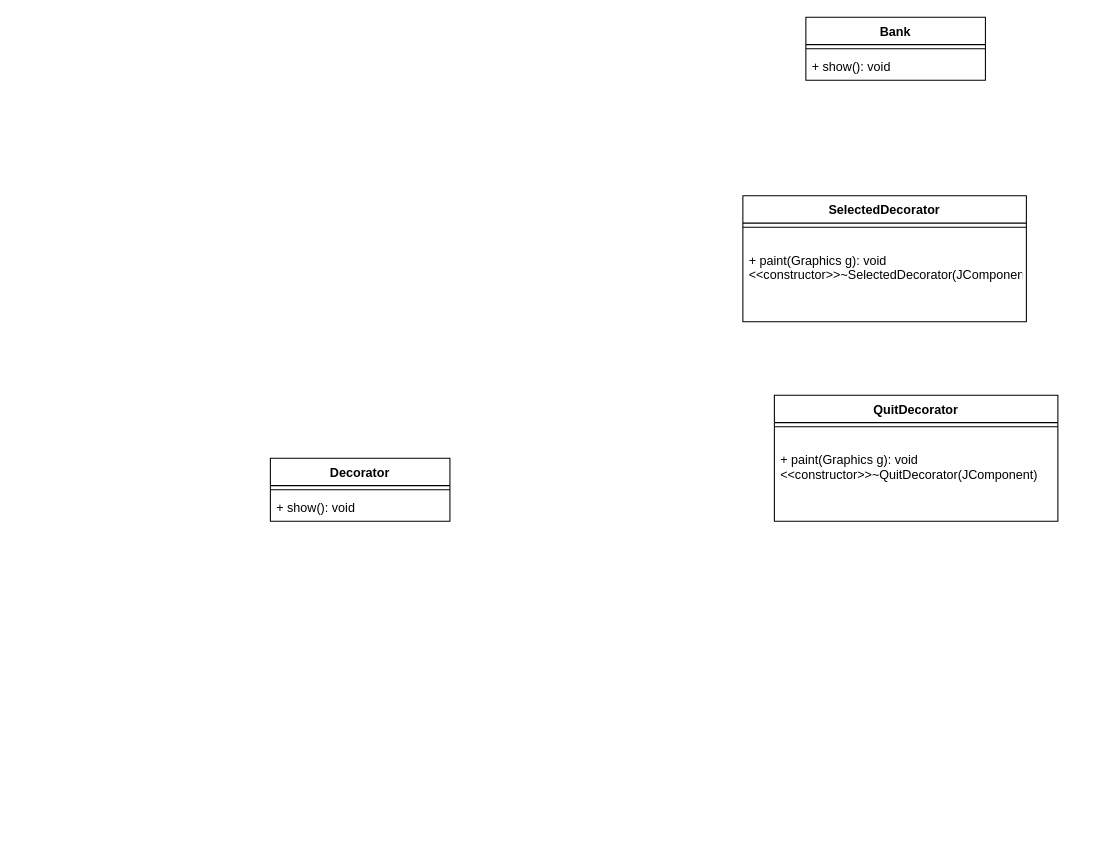
The draw.io diagram page "Decorator" (2 of 4) of Diagrams/DesignPatterns.drawio in Paranote309/ATM-OODP, before the edit. Source tidied: cells renumbered, new cells numbered last; positions are measured from the earlier drawing's top-left corner, leaving out a move shared by most shapes. Both pictures are drawn from the tidied source at 105%, with x=0, y=0 at pixel (270, 17).
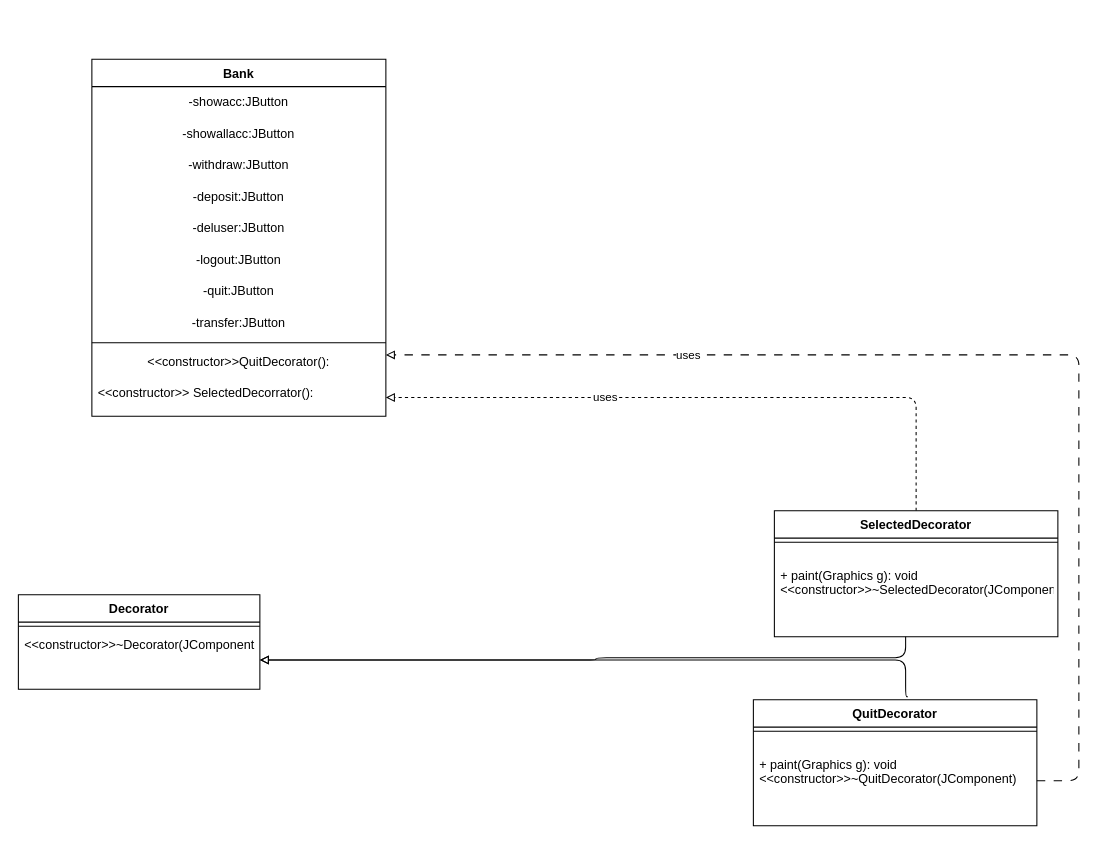
The same page after the edit.

The change refers to these unchanged cells:
```xml
<mxCell id="7" value="&#10;+ paint(Graphics g): void&#10;&lt;&lt;constructor&gt;&gt;~QuitDecorator(JComponent)&#10;" style="text;strokeColor=none;fillColor=none;align=left;verticalAlign=top;spacingLeft=4;spacingRight=4;overflow=hidden;points=[[0,0.5],[1,0.5]];portConstraint=eastwest;" parent="5" vertex="1">
  <mxGeometry y="34" width="270" height="86" as="geometry" />
</mxCell>
<mxCell id="10" value="&#10;+ paint(Graphics g): void&#10;&lt;&lt;constructor&gt;&gt;~SelectedDecorator(JComponent)&#10;" style="text;strokeColor=none;fillColor=none;align=left;verticalAlign=top;spacingLeft=4;spacingRight=4;overflow=hidden;points=[[0,0.5],[1,0.5]];portConstraint=eastwest;" parent="8" vertex="1">
  <mxGeometry y="34" width="270" height="86" as="geometry" />
</mxCell>
```

What changed in the source:
```diff
@@
     <mxCell id="2" value="Decorator&#10;" style="swimlane;fontStyle=1;align=center;verticalAlign=top;horizontal=1;startSize=26;" parent="1" vertex="1">
-      <mxGeometry y="420" width="171" height="60" as="geometry" />
+      <mxGeometry x="-240" y="550" width="230" height="90" as="geometry" />
     </mxCell>
     <mxCell id="3" style="line;strokeWidth=1;fillColor=none;align=left;verticalAlign=middle;spacingTop=-1;spacingLeft=3;spacingRight=3;labelPosition=right;strokeColor=inherit;" parent="2" vertex="1">
-      <mxGeometry y="26" width="171" height="8" as="geometry" />
+      <mxGeometry y="26" width="230" height="8" as="geometry" />
     </mxCell>
-    <mxCell id="4" value="+ show(): void" style="text;strokeColor=none;fillColor=none;align=left;verticalAlign=top;spacingLeft=4;spacingRight=4;overflow=hidden;points=[[0,0.5],[1,0.5]];portConstraint=eastwest;" parent="2" vertex="1">
-      <mxGeometry y="34" width="171" height="26" as="geometry" />
+    <mxCell id="4" value="&lt;&lt;constructor&gt;&gt;~Decorator(JComponent" style="text;strokeColor=none;fillColor=none;align=left;verticalAlign=top;spacingLeft=4;spacingRight=4;overflow=hidden;points=[[0,0.5],[1,0.5]];portConstraint=eastwest;" parent="2" vertex="1">
+      <mxGeometry y="34" width="230" height="56" as="geometry" />
     </mxCell>
     <mxCell id="5" value="QuitDecorator&#10;" style="swimlane;fontStyle=1;align=center;verticalAlign=top;horizontal=1;startSize=26;" parent="1" vertex="1">
-      <mxGeometry x="480" y="360" width="270" height="120" as="geometry" />
+      <mxGeometry x="460" y="650" width="270" height="120" as="geometry" />
     </mxCell>
@@
+    <mxCell id="14" style="edgeStyle=orthogonalEdgeStyle;html=1;fontColor=#000000;startArrow=none;startFill=0;endArrow=block;endFill=0;targetPerimeterSpacing=4;entryX=1;entryY=0.5;entryDx=0;entryDy=0;dashed=1;" parent="1" edge="1" source="8" target="13">
+      <mxGeometry relative="1" as="geometry" />
+    </mxCell>
+    <mxCell id="15" value="uses" style="edgeLabel;html=1;align=center;verticalAlign=middle;fontColor=#000000;" parent="14" vertex="1">
+      <mxGeometry x="0.32" y="-1" relative="1" as="geometry" />
+    </mxCell>
     <mxCell id="8" value="SelectedDecorator&#10;" style="swimlane;fontStyle=1;align=center;verticalAlign=top;horizontal=1;startSize=26;" parent="1" vertex="1">
-      <mxGeometry x="450" y="170" width="270" height="120" as="geometry" />
+      <mxGeometry x="480" y="470" width="270" height="120" as="geometry" />
     </mxCell>
@@
     <mxCell id="11" value="Bank" style="swimlane;fontStyle=1;align=center;verticalAlign=top;horizontal=1;startSize=26;" parent="1" vertex="1">
-      <mxGeometry x="510" width="171" height="60" as="geometry" />
+      <mxGeometry x="-170" y="40" width="280" height="340" as="geometry" />
     </mxCell>
+    <mxCell id="16" value="-showacc:JButton" style="text;html=1;strokeColor=none;fillColor=none;align=center;verticalAlign=middle;whiteSpace=wrap;rounded=0;labelBackgroundColor=#FFFFFF;labelBorderColor=none;fontColor=#000000;" parent="11" vertex="1">
+      <mxGeometry y="26" width="280" height="30" as="geometry" />
+    </mxCell>
+    <mxCell id="17" value="-showallacc:JButton" style="text;html=1;strokeColor=none;fillColor=none;align=center;verticalAlign=middle;whiteSpace=wrap;rounded=0;labelBackgroundColor=#FFFFFF;labelBorderColor=none;fontColor=#000000;" parent="11" vertex="1">
+      <mxGeometry y="56" width="280" height="30" as="geometry" />
+    </mxCell>
+    <mxCell id="18" value="-withdraw:JButton" style="text;html=1;strokeColor=none;fillColor=none;align=center;verticalAlign=middle;whiteSpace=wrap;rounded=0;labelBackgroundColor=#FFFFFF;labelBorderColor=none;fontColor=#000000;" parent="11" vertex="1">
+      <mxGeometry y="86" width="280" height="30" as="geometry" />
+    </mxCell>
+    <mxCell id="19" value="-deposit:JButton" style="text;html=1;strokeColor=none;fillColor=none;align=center;verticalAlign=middle;whiteSpace=wrap;rounded=0;labelBackgroundColor=#FFFFFF;labelBorderColor=none;fontColor=#000000;" parent="11" vertex="1">
+      <mxGeometry y="116" width="280" height="30" as="geometry" />
+    </mxCell>
+    <mxCell id="20" value="-deluser:JButton" style="text;html=1;strokeColor=none;fillColor=none;align=center;verticalAlign=middle;whiteSpace=wrap;rounded=0;labelBackgroundColor=#FFFFFF;labelBorderColor=none;fontColor=#000000;" parent="11" vertex="1">
+      <mxGeometry y="146" width="280" height="30" as="geometry" />
+    </mxCell>
+    <mxCell id="21" value="-logout:JButton" style="text;html=1;strokeColor=none;fillColor=none;align=center;verticalAlign=middle;whiteSpace=wrap;rounded=0;labelBackgroundColor=#FFFFFF;labelBorderColor=none;fontColor=#000000;" parent="11" vertex="1">
+      <mxGeometry y="176" width="280" height="30" as="geometry" />
+    </mxCell>
+    <mxCell id="22" value="-quit:JButton" style="text;html=1;strokeColor=none;fillColor=none;align=center;verticalAlign=middle;whiteSpace=wrap;rounded=0;labelBackgroundColor=#FFFFFF;labelBorderColor=none;fontColor=#000000;" parent="11" vertex="1">
+      <mxGeometry y="206" width="280" height="30" as="geometry" />
+    </mxCell>
+    <mxCell id="23" value="-transfer:JButton" style="text;html=1;strokeColor=none;fillColor=none;align=center;verticalAlign=middle;whiteSpace=wrap;rounded=0;labelBackgroundColor=#FFFFFF;labelBorderColor=none;fontColor=#000000;" parent="11" vertex="1">
+      <mxGeometry y="236" width="280" height="30" as="geometry" />
+    </mxCell>
     <mxCell id="12" style="line;strokeWidth=1;fillColor=none;align=left;verticalAlign=middle;spacingTop=-1;spacingLeft=3;spacingRight=3;labelPosition=right;strokeColor=inherit;" parent="11" vertex="1">
-      <mxGeometry y="26" width="171" height="8" as="geometry" />
+      <mxGeometry y="266" width="280" height="8" as="geometry" />
     </mxCell>
+    <mxCell id="24" value="&amp;lt;&amp;lt;constructor&amp;gt;&amp;gt;QuitDecorator():" style="text;html=1;strokeColor=none;fillColor=none;align=center;verticalAlign=middle;whiteSpace=wrap;rounded=0;labelBackgroundColor=#FFFFFF;labelBorderColor=none;fontColor=#000000;" parent="11" vertex="1">
+      <mxGeometry y="274" width="280" height="30" as="geometry" />
+    </mxCell>
-    <mxCell id="13" value="+ show(): void" style="text;strokeColor=none;fillColor=none;align=left;verticalAlign=top;spacingLeft=4;spacingRight=4;overflow=hidden;points=[[0,0.5],[1,0.5]];portConstraint=eastwest;" parent="11" vertex="1">
-      <mxGeometry y="34" width="171" height="26" as="geometry" />
+    <mxCell id="13" value="&lt;&lt;constructor&gt;&gt; SelectedDecorrator(): " style="text;strokeColor=none;fillColor=none;align=left;verticalAlign=top;spacingLeft=4;spacingRight=4;overflow=hidden;points=[[0,0.5],[1,0.5]];portConstraint=eastwest;" parent="11" vertex="1">
+      <mxGeometry y="304" width="280" height="36" as="geometry" />
     </mxCell>
+    <mxCell id="25" style="edgeStyle=orthogonalEdgeStyle;html=1;entryX=1;entryY=0.5;entryDx=0;entryDy=0;fontColor=#000000;startArrow=none;startFill=0;endArrow=block;endFill=0;targetPerimeterSpacing=4;" parent="1" edge="1" source="10" target="4">
+      <mxGeometry relative="1" as="geometry">
+        <Array as="points">
+          <mxPoint x="605" y="610" />
+          <mxPoint x="310" y="610" />
+          <mxPoint x="310" y="612" />
+        </Array>
+      </mxGeometry>
+    </mxCell>
+    <mxCell id="26" style="edgeStyle=orthogonalEdgeStyle;html=1;entryX=1;entryY=0.5;entryDx=0;entryDy=0;fontColor=#000000;startArrow=none;startFill=0;endArrow=block;endFill=0;targetPerimeterSpacing=4;exitX=0.545;exitY=-0.025;exitDx=0;exitDy=0;exitPerimeter=0;" parent="1" edge="1" source="5" target="4">
+      <mxGeometry relative="1" as="geometry">
+        <Array as="points">
+          <mxPoint x="605" y="647" />
+          <mxPoint x="605" y="612" />
+        </Array>
+      </mxGeometry>
+    </mxCell>
+    <mxCell id="27" style="edgeStyle=orthogonalEdgeStyle;html=1;exitX=1;exitY=0.5;exitDx=0;exitDy=0;fontColor=#000000;startArrow=none;startFill=0;endArrow=block;endFill=0;targetPerimeterSpacing=4;entryX=1;entryY=0.25;entryDx=0;entryDy=0;dashed=1;dashPattern=8 8;" parent="1" edge="1" source="7" target="24">
+      <mxGeometry relative="1" as="geometry">
+        <Array as="points">
+          <mxPoint x="770" y="727" />
+          <mxPoint x="770" y="322" />
+        </Array>
+      </mxGeometry>
+    </mxCell>
+    <mxCell id="28" value="uses" style="edgeLabel;html=1;align=center;verticalAlign=middle;fontColor=#000000;" parent="27" vertex="1">
+      <mxGeometry x="0.48" relative="1" as="geometry" />
+    </mxCell>
```
